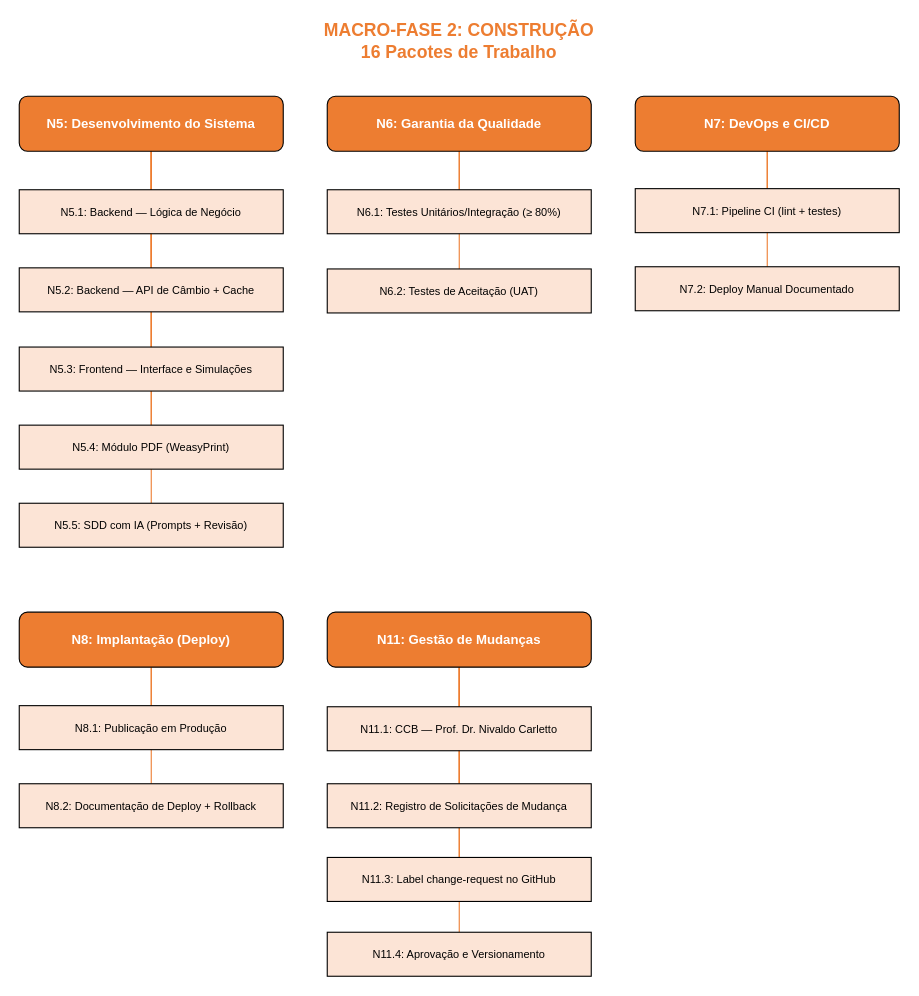
Before: Docs/xml/EAP_TAP/inicial/MF2_construcao.drawio in FabricioLima-C/COGME, a draw.io diagram. Source tidied: cells renumbered, new cells numbered last; positions are measured from the earlier drawing's top-left corner, leaving out a move shared by most shapes. Both pictures are drawn from the tidied source at 110%, with x=0, y=0 at pixel (19, 19).
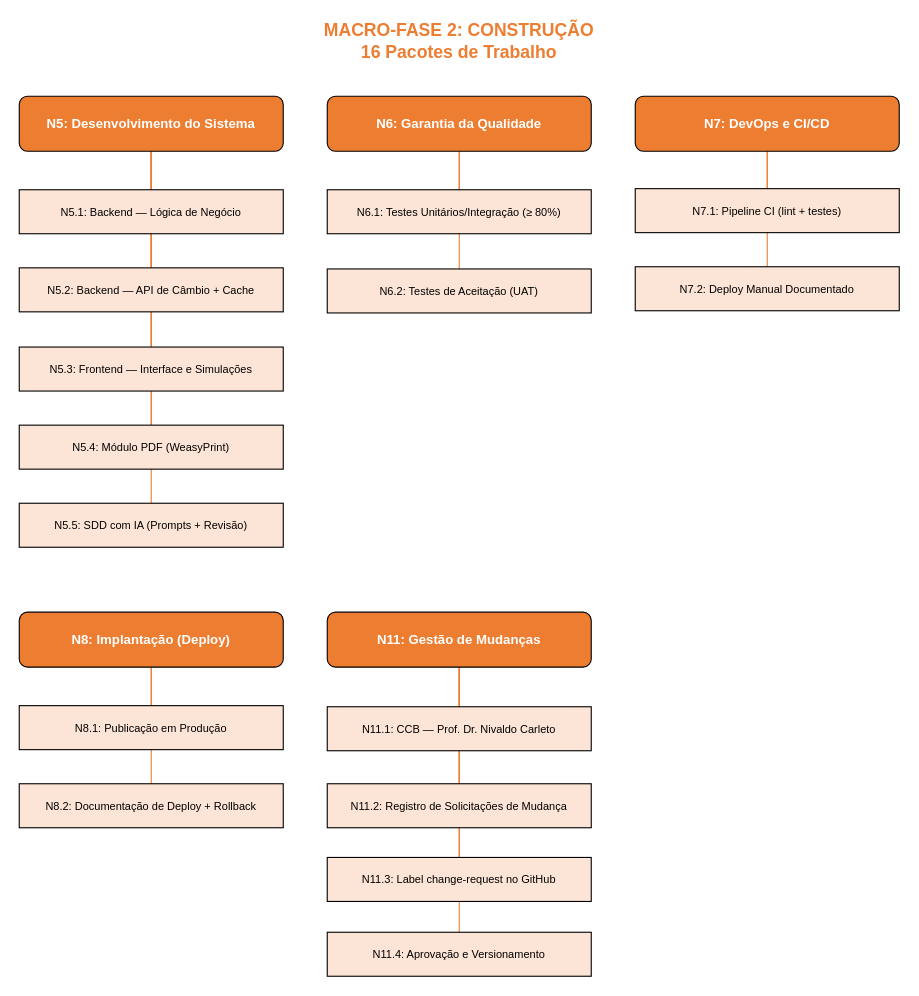
After the change.

What changed in the source:
```diff
@@
-    <mxCell id="34" value="N11.1: CCB — Prof. Dr. Nivaldo Carletto" style="rounded=0;whiteSpace=wrap;html=1;fillColor=#FCE4D6;fontColor=#000000;fontSize=10;" parent="1" vertex="1">
+    <mxCell id="34" value="N11.1: CCB — Prof. Dr. Nivaldo Carleto" style="rounded=0;whiteSpace=wrap;html=1;fillColor=#FCE4D6;fontColor=#000000;fontSize=10;" parent="1" vertex="1">
       <mxGeometry x="280" y="625" width="240" height="40" as="geometry" />
     </mxCell>
```
